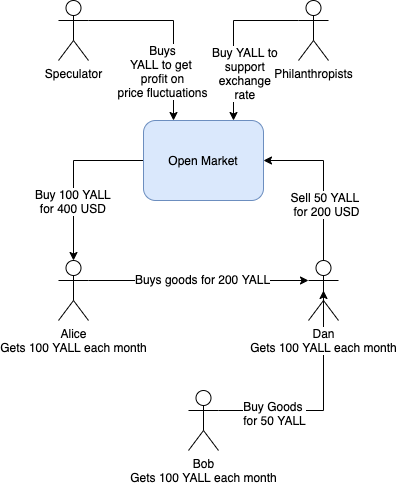
The draw.io diagram images/yalland-4.png in yalland-ubi/yalland-docs, before a commit. Source tidied: cells renumbered, new cells last; positions are measured from the earlier drawing's top-left corner, leaving out a move shared by most shapes.
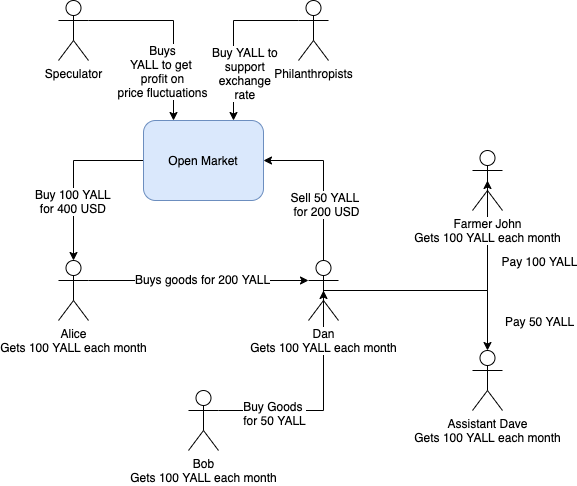
Later version of the same file.

The edit, as a diff of the source:
```diff
@@ -2,7 +2,7 @@
   <root>
     <mxCell id="0" />
     <mxCell id="1" parent="0" />
-    <mxCell id="2" style="edgeStyle=orthogonalEdgeStyle;rounded=0;jettySize=auto;html=1;exitX=1;exitY=0.3333333333333333;exitDx=0;exitDy=0;exitPerimeter=0;entryX=0;entryY=0.3333333333333333;entryDx=0;entryDy=0;entryPerimeter=0;" parent="1" edge="1" source="4" target="10">
+    <mxCell id="2" style="edgeStyle=orthogonalEdgeStyle;rounded=0;jettySize=auto;html=1;exitX=1;exitY=0.3333333333333333;exitDx=0;exitDy=0;exitPerimeter=0;entryX=0;entryY=0.3333333333333333;entryDx=0;entryDy=0;entryPerimeter=0;" parent="1" edge="1" source="4" target="14">
       <mxGeometry relative="1" as="geometry" />
     </mxCell>
     <mxCell id="3" value="Buys goods for 200 YALL" style="text;html=1;align=center;verticalAlign=middle;labelBackgroundColor=#ffffff;" parent="2" vertex="1">
@@ -11,7 +11,7 @@
     <mxCell id="4" value="Alice&lt;br&gt;Gets 100 YALL each month" style="shape=umlActor;verticalLabelPosition=bottom;labelBackgroundColor=#ffffff;verticalAlign=top;html=1;outlineConnect=0;" parent="1" vertex="1">
       <mxGeometry y="260" width="30" height="60" as="geometry" />
     </mxCell>
-    <mxCell id="5" style="edgeStyle=orthogonalEdgeStyle;rounded=0;jettySize=auto;html=1;exitX=1;exitY=0.3333333333333333;exitDx=0;exitDy=0;exitPerimeter=0;entryX=0.5;entryY=0.5;entryDx=0;entryDy=0;entryPerimeter=0;" parent="1" edge="1" source="7" target="10">
+    <mxCell id="5" style="edgeStyle=orthogonalEdgeStyle;rounded=0;jettySize=auto;html=1;exitX=1;exitY=0.3333333333333333;exitDx=0;exitDy=0;exitPerimeter=0;entryX=0.5;entryY=0.5;entryDx=0;entryDy=0;entryPerimeter=0;" parent="1" edge="1" source="7" target="14">
       <mxGeometry relative="1" as="geometry" />
     </mxCell>
     <mxCell id="6" value="Buy Goods &lt;br&gt;for 50 YALL" style="text;html=1;align=center;verticalAlign=middle;labelBackgroundColor=#ffffff;" parent="5" vertex="1">
@@ -20,47 +20,69 @@
     <mxCell id="7" value="Bob&lt;br&gt;Gets 100 YALL each month" style="shape=umlActor;verticalLabelPosition=bottom;labelBackgroundColor=#ffffff;verticalAlign=top;html=1;outlineConnect=0;" parent="1" vertex="1">
       <mxGeometry x="130" y="390" width="30" height="60" as="geometry" />
     </mxCell>
-    <mxCell id="8" style="edgeStyle=orthogonalEdgeStyle;rounded=0;jettySize=auto;html=1;exitX=0.5;exitY=0;exitDx=0;exitDy=0;exitPerimeter=0;entryX=1;entryY=0.5;entryDx=0;entryDy=0;" parent="1" edge="1" source="10" target="13">
+    <mxCell id="8" style="edgeStyle=orthogonalEdgeStyle;rounded=0;jettySize=auto;html=1;exitX=0.5;exitY=0;exitDx=0;exitDy=0;exitPerimeter=0;entryX=1;entryY=0.5;entryDx=0;entryDy=0;" parent="1" edge="1" source="14" target="17">
       <mxGeometry relative="1" as="geometry" />
     </mxCell>
     <mxCell id="9" value="Sell 50 YALL &lt;br&gt;for 200 USD" style="text;html=1;align=center;verticalAlign=middle;labelBackgroundColor=#ffffff;" parent="8" vertex="1">
       <mxGeometry x="-0.29" y="-2" relative="1" as="geometry" />
     </mxCell>
-    <mxCell id="10" value="Dan&lt;br&gt;Gets 100 YALL each month" style="shape=umlActor;verticalLabelPosition=bottom;labelBackgroundColor=#ffffff;verticalAlign=top;html=1;outlineConnect=0;" parent="1" vertex="1">
-      <mxGeometry x="250" y="260" width="30" height="60" as="geometry" />
+    <mxCell id="10" style="edgeStyle=orthogonalEdgeStyle;rounded=0;jettySize=auto;html=1;exitX=0.5;exitY=0.5;exitDx=0;exitDy=0;exitPerimeter=0;entryX=0.5;entryY=0.5;entryDx=0;entryDy=0;entryPerimeter=0;" parent="1" edge="1" source="14" target="25">
+      <mxGeometry relative="1" as="geometry" />
     </mxCell>
-    <mxCell id="11" style="edgeStyle=orthogonalEdgeStyle;rounded=0;jettySize=auto;html=1;exitX=0;exitY=0.5;exitDx=0;exitDy=0;entryX=0.5;entryY=0;entryDx=0;entryDy=0;entryPerimeter=0;" parent="1" edge="1" source="13" target="4">
-      <mxGeometry relative="1" as="geometry" />
+    <mxCell id="11" value="Pay 100 YALL" style="text;html=1;align=center;verticalAlign=middle;labelBackgroundColor=#ffffff;" parent="10" vertex="1">
+      <mxGeometry x="0.29" y="17" relative="1" as="geometry">
+        <mxPoint x="68" y="-17" as="offset" />
+      </mxGeometry>
     </mxCell>
-    <mxCell id="12" value="Buy 100 YALL &lt;br&gt;for 400 USD&amp;nbsp;" style="text;html=1;align=center;verticalAlign=middle;labelBackgroundColor=#ffffff;" parent="11" vertex="1">
-      <mxGeometry x="-0.19" y="15" relative="1" as="geometry">
-        <mxPoint x="-1" y="25" as="offset" />
-      </mxGeometry>
+    <mxCell id="12" style="edgeStyle=orthogonalEdgeStyle;rounded=0;jettySize=auto;html=1;exitX=0.5;exitY=0.5;exitDx=0;exitDy=0;exitPerimeter=0;entryX=0.5;entryY=0;entryDx=0;entryDy=0;entryPerimeter=0;" parent="1" edge="1" source="14" target="24">
+      <mxGeometry relative="1" as="geometry" />
     </mxCell>
-    <mxCell id="13" value="Open Market" style="rounded=1;whiteSpace=wrap;html=1;fillColor=#dae8fc;strokeColor=#6c8ebf;" parent="1" vertex="1">
-      <mxGeometry x="85" y="120" width="120" height="80" as="geometry" />
+    <mxCell id="13" value="Pay 50 YALL" style="text;html=1;align=center;verticalAlign=middle;points=[];labelBackgroundColor=#ffffff;" parent="12" vertex="1">
+      <mxGeometry x="0.78" y="-1" relative="1" as="geometry">
+        <mxPoint x="52" y="-5" as="offset" />
+      </mxGeometry>
     </mxCell>
-    <mxCell id="14" style="edgeStyle=orthogonalEdgeStyle;rounded=0;jettySize=auto;html=1;exitX=0;exitY=0.3333333333333333;exitDx=0;exitDy=0;exitPerimeter=0;entryX=0.75;entryY=0;entryDx=0;entryDy=0;" parent="1" edge="1" source="16" target="13">
-      <mxGeometry relative="1" as="geometry" />
+    <mxCell id="14" value="Dan&lt;br&gt;Gets 100 YALL each month" style="shape=umlActor;verticalLabelPosition=bottom;labelBackgroundColor=#ffffff;verticalAlign=top;html=1;outlineConnect=0;" parent="1" vertex="1">
+      <mxGeometry x="250" y="260" width="30" height="60" as="geometry" />
     </mxCell>
-    <mxCell id="15" value="Buy YALL to &lt;br&gt;support &lt;br&gt;exchange &lt;br&gt;rate&amp;nbsp;" style="text;html=1;align=center;verticalAlign=middle;labelBackgroundColor=#ffffff;" parent="14" vertex="1">
-      <mxGeometry x="0.42" y="2" relative="1" as="geometry">
-        <mxPoint x="10" as="offset" />
-      </mxGeometry>
+    <mxCell id="15" style="edgeStyle=orthogonalEdgeStyle;rounded=0;jettySize=auto;html=1;exitX=0;exitY=0.5;exitDx=0;exitDy=0;entryX=0.5;entryY=0;entryDx=0;entryDy=0;entryPerimeter=0;" parent="1" edge="1" source="17" target="4">
+      <mxGeometry relative="1" as="geometry" />
     </mxCell>
-    <mxCell id="16" value="Philanthropists" style="shape=umlActor;verticalLabelPosition=bottom;labelBackgroundColor=#ffffff;verticalAlign=top;html=1;outlineConnect=0;" parent="1" vertex="1">
-      <mxGeometry x="240" width="30" height="60" as="geometry" />
+    <mxCell id="16" value="Buy 100 YALL &lt;br&gt;for 400 USD&amp;nbsp;" style="text;html=1;align=center;verticalAlign=middle;points=[];labelBackgroundColor=#ffffff;" parent="15" vertex="1">
+      <mxGeometry x="-0.19" y="15" relative="1" as="geometry">
+        <mxPoint x="-1" y="25" as="offset" />
+      </mxGeometry>
     </mxCell>
-    <mxCell id="17" style="edgeStyle=orthogonalEdgeStyle;rounded=0;jettySize=auto;html=1;exitX=1;exitY=0.3333333333333333;exitDx=0;exitDy=0;exitPerimeter=0;entryX=0.25;entryY=0;entryDx=0;entryDy=0;" parent="1" edge="1" source="19" target="13">
-      <mxGeometry relative="1" as="geometry" />
+    <mxCell id="17" value="Open Market" style="rounded=1;whiteSpace=wrap;html=1;fillColor=#dae8fc;strokeColor=#6c8ebf;" parent="1" vertex="1">
+      <mxGeometry x="85" y="120" width="120" height="80" as="geometry" />
     </mxCell>
-    <mxCell id="18" value="Buys&lt;br&gt;YALL to get &lt;br&gt;profit on&lt;br&gt;price fluctuations" style="text;html=1;align=center;verticalAlign=middle;labelBackgroundColor=#ffffff;" parent="17" vertex="1">
-      <mxGeometry x="-0.39" y="-2" relative="1" as="geometry">
-        <mxPoint x="17" y="48" as="offset" />
-      </mxGeometry>
+    <mxCell id="18" style="edgeStyle=orthogonalEdgeStyle;rounded=0;jettySize=auto;html=1;exitX=0;exitY=0.3333333333333333;exitDx=0;exitDy=0;exitPerimeter=0;entryX=0.75;entryY=0;entryDx=0;entryDy=0;" parent="1" edge="1" source="20" target="17">
+      <mxGeometry relative="1" as="geometry" />
     </mxCell>
-    <mxCell id="19" value="Speculator" style="shape=umlActor;verticalLabelPosition=bottom;labelBackgroundColor=#ffffff;verticalAlign=top;html=1;outlineConnect=0;" parent="1" vertex="1">
-      <mxGeometry width="30" height="60" as="geometry" />
+    <mxCell id="19" value="Buy YALL to &lt;br&gt;support &lt;br&gt;exchange &lt;br&gt;rate&amp;nbsp;" style="text;html=1;align=center;verticalAlign=middle;points=[];labelBackgroundColor=#ffffff;" parent="18" vertex="1">
+      <mxGeometry x="0.42" y="2" relative="1" as="geometry">
+        <mxPoint x="10" as="offset" />
+      </mxGeometry>
     </mxCell>
+    <mxCell id="20" value="Philanthropists" style="shape=umlActor;verticalLabelPosition=bottom;labelBackgroundColor=#ffffff;verticalAlign=top;html=1;outlineConnect=0;" parent="1" vertex="1">
+      <mxGeometry x="240" width="30" height="60" as="geometry" />
+    </mxCell>
+    <mxCell id="21" style="edgeStyle=orthogonalEdgeStyle;rounded=0;jettySize=auto;html=1;exitX=1;exitY=0.3333333333333333;exitDx=0;exitDy=0;exitPerimeter=0;entryX=0.25;entryY=0;entryDx=0;entryDy=0;" parent="1" edge="1" source="23" target="17">
+      <mxGeometry relative="1" as="geometry" />
+    </mxCell>
+    <mxCell id="22" value="Buys&lt;br&gt;YALL to get &lt;br&gt;profit on&lt;br&gt;price fluctuations" style="text;html=1;align=center;verticalAlign=middle;labelBackgroundColor=#ffffff;" parent="21" vertex="1">
+      <mxGeometry x="-0.39" y="-2" relative="1" as="geometry">
+        <mxPoint x="17" y="48" as="offset" />
+      </mxGeometry>
+    </mxCell>
+    <mxCell id="23" value="Speculator" style="shape=umlActor;verticalLabelPosition=bottom;labelBackgroundColor=#ffffff;verticalAlign=top;html=1;outlineConnect=0;" parent="1" vertex="1">
+      <mxGeometry width="30" height="60" as="geometry" />
+    </mxCell>
+    <mxCell id="24" value="Assistant Dave&lt;br&gt;Gets 100 YALL each month" style="shape=umlActor;verticalLabelPosition=bottom;labelBackgroundColor=#ffffff;verticalAlign=top;html=1;outlineConnect=0;" parent="1" vertex="1">
+      <mxGeometry x="414" y="350" width="30" height="60" as="geometry" />
+    </mxCell>
+    <mxCell id="25" value="Farmer John&lt;br&gt;Gets 100 YALL each month" style="shape=umlActor;verticalLabelPosition=bottom;labelBackgroundColor=#ffffff;verticalAlign=top;html=1;outlineConnect=0;" parent="1" vertex="1">
+      <mxGeometry x="414" y="150" width="30" height="60" as="geometry" />
+    </mxCell>
   </root>
 </mxGraphModel>
```
